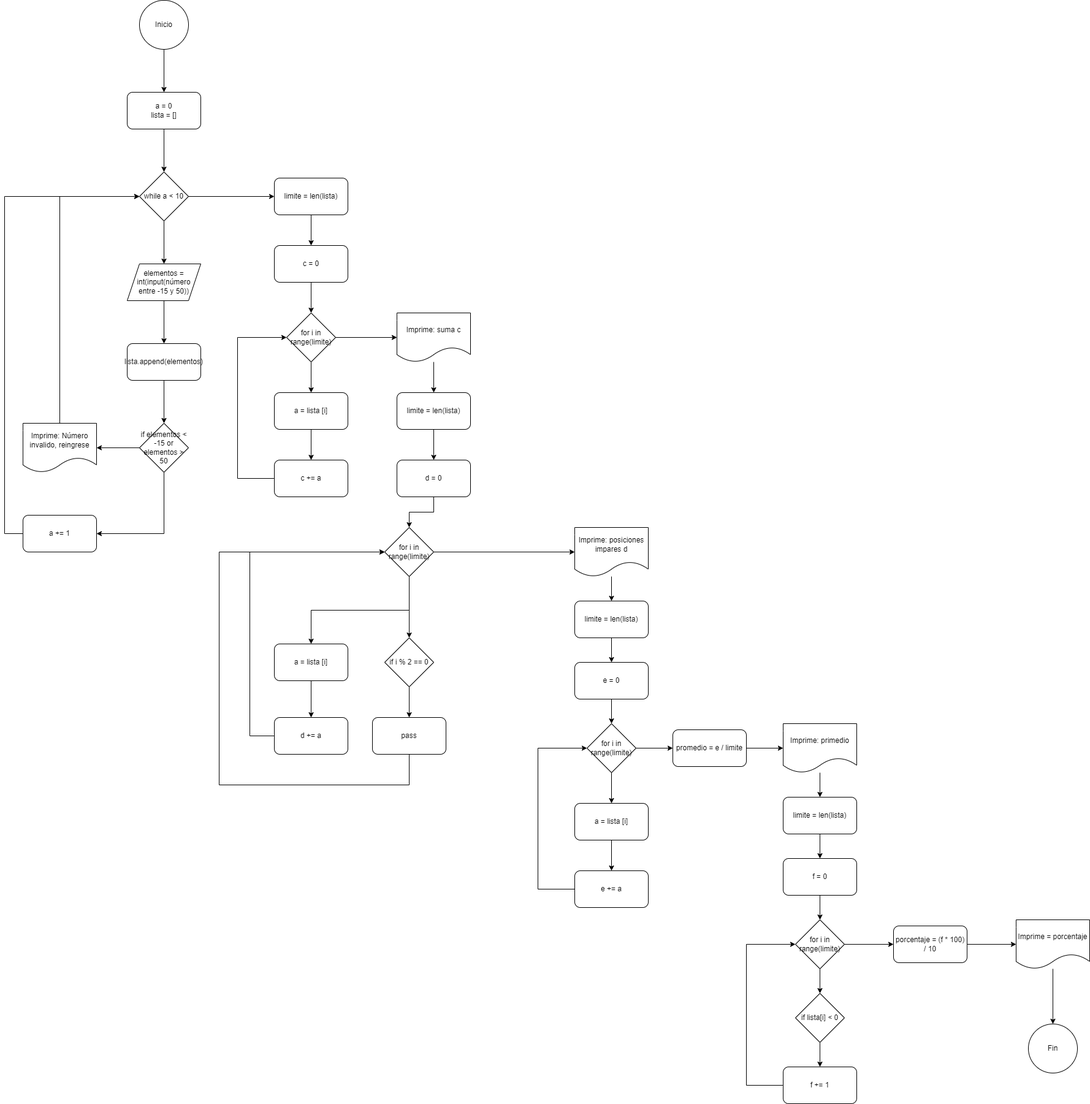
Before: Diagramas-Bis/DBis-3.png, a diagram exported from draw.io (FioroniT/TP8_Fioroni-Talavera-). Source tidied: cells renumbered, new cells last; positions are measured from the earlier drawing's top-left corner, leaving out a move shared by most shapes.
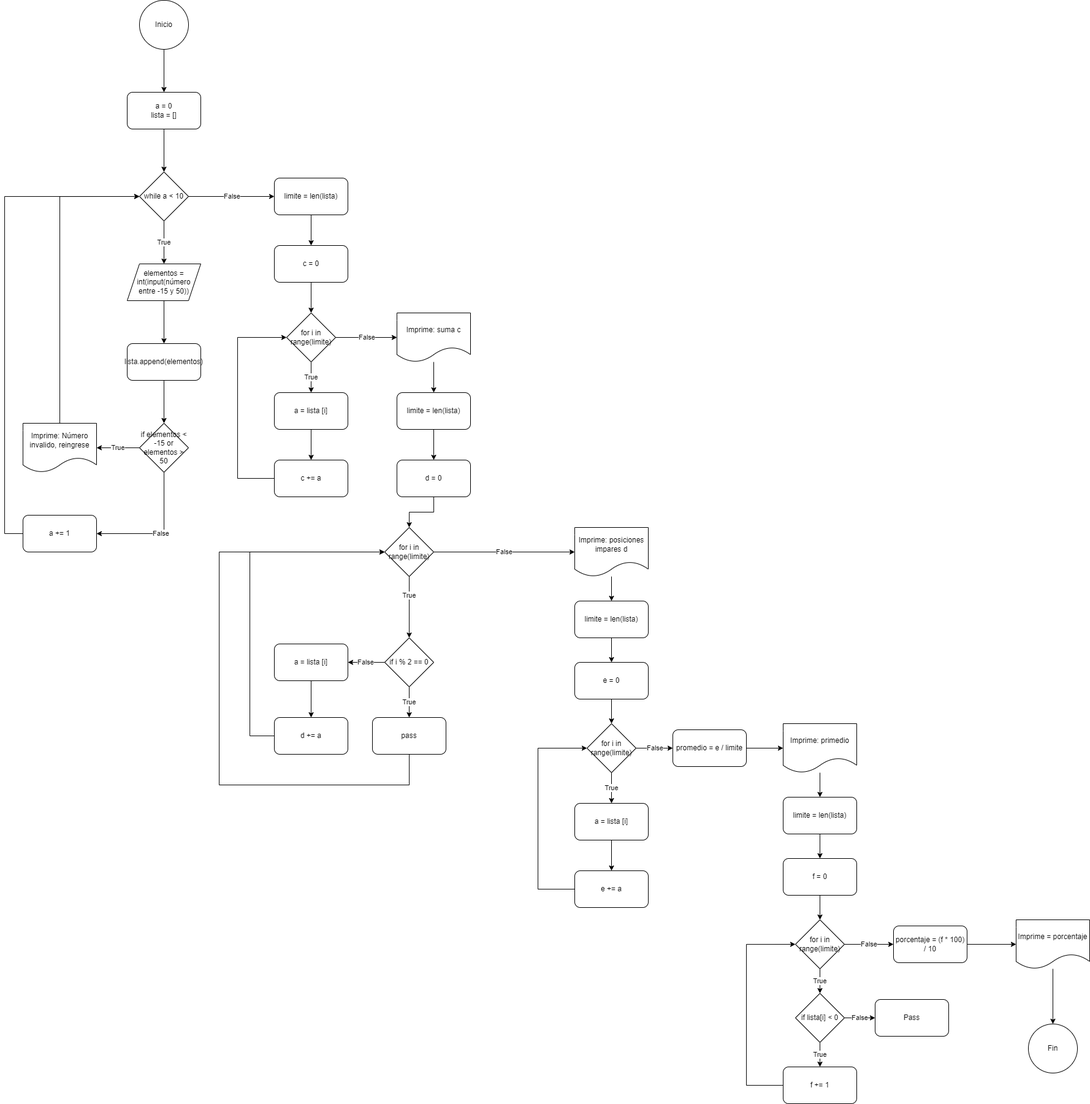
After the commit.

What changed in the source:
```diff
@@ -14,10 +14,10 @@
     <mxCell id="5" value="a = 0&lt;br&gt;lista = []" style="rounded=1;whiteSpace=wrap;html=1;fontColor=#000000;" parent="1" vertex="1">
       <mxGeometry x="200" y="150" width="120" height="60" as="geometry" />
     </mxCell>
-    <mxCell id="6" style="edgeStyle=orthogonalEdgeStyle;rounded=0;jettySize=auto;html=1;entryX=0.5;entryY=0;entryDx=0;entryDy=0;fontColor=#000000;" parent="1" edge="1" source="8" target="10">
+    <mxCell id="6" value="True" style="edgeStyle=orthogonalEdgeStyle;rounded=0;jettySize=auto;html=1;entryX=0.5;entryY=0;entryDx=0;entryDy=0;fontColor=#000000;" parent="1" edge="1" source="8" target="10">
       <mxGeometry relative="1" as="geometry" />
     </mxCell>
-    <mxCell id="7" style="edgeStyle=orthogonalEdgeStyle;rounded=0;jettySize=auto;html=1;entryX=0;entryY=0.5;entryDx=0;entryDy=0;fontColor=#000000;" parent="1" edge="1" source="8" target="21">
+    <mxCell id="7" value="False" style="edgeStyle=orthogonalEdgeStyle;rounded=0;jettySize=auto;html=1;entryX=0;entryY=0.5;entryDx=0;entryDy=0;fontColor=#000000;" parent="1" edge="1" source="8" target="21">
       <mxGeometry relative="1" as="geometry" />
     </mxCell>
     <mxCell id="8" value="while a &amp;lt; 10" style="rhombus;whiteSpace=wrap;html=1;fontColor=#000000;" parent="1" vertex="1">
@@ -35,10 +35,10 @@
     <mxCell id="12" value="lista.append(elementos)" style="rounded=1;whiteSpace=wrap;html=1;fontColor=#000000;" parent="1" vertex="1">
       <mxGeometry x="200" y="560" width="120" height="60" as="geometry" />
     </mxCell>
-    <mxCell id="13" style="edgeStyle=orthogonalEdgeStyle;rounded=0;jettySize=auto;html=1;entryX=1;entryY=0.5;entryDx=0;entryDy=0;fontColor=#000000;" parent="1" edge="1" source="15" target="17">
+    <mxCell id="13" value="True" style="edgeStyle=orthogonalEdgeStyle;rounded=0;jettySize=auto;html=1;entryX=1;entryY=0.5;entryDx=0;entryDy=0;fontColor=#000000;" parent="1" edge="1" source="15" target="17">
       <mxGeometry relative="1" as="geometry" />
     </mxCell>
-    <mxCell id="14" style="edgeStyle=orthogonalEdgeStyle;rounded=0;jettySize=auto;html=1;entryX=1;entryY=0.5;entryDx=0;entryDy=0;fontColor=#000000;" parent="1" edge="1" source="15" target="19">
+    <mxCell id="14" value="False" style="edgeStyle=orthogonalEdgeStyle;rounded=0;jettySize=auto;html=1;entryX=1;entryY=0.5;entryDx=0;entryDy=0;fontColor=#000000;" parent="1" edge="1" source="15" target="19">
       <mxGeometry relative="1" as="geometry">
         <Array as="points">
           <mxPoint x="260" y="870" />
@@ -82,10 +82,10 @@
     <mxCell id="23" value="c = 0" style="rounded=1;whiteSpace=wrap;html=1;fontColor=#000000;" parent="1" vertex="1">
       <mxGeometry x="440" y="400" width="120" height="60" as="geometry" />
     </mxCell>
-    <mxCell id="24" style="edgeStyle=orthogonalEdgeStyle;rounded=0;jettySize=auto;html=1;entryX=0.5;entryY=0;entryDx=0;entryDy=0;fontColor=#000000;" parent="1" edge="1" source="26" target="28">
+    <mxCell id="24" value="True" style="edgeStyle=orthogonalEdgeStyle;rounded=0;jettySize=auto;html=1;entryX=0.5;entryY=0;entryDx=0;entryDy=0;fontColor=#000000;" parent="1" edge="1" source="26" target="28">
       <mxGeometry relative="1" as="geometry" />
     </mxCell>
-    <mxCell id="25" style="edgeStyle=orthogonalEdgeStyle;rounded=0;jettySize=auto;html=1;entryX=0;entryY=0.5;entryDx=0;entryDy=0;fontColor=#000000;" parent="1" edge="1" source="26" target="32">
+    <mxCell id="25" value="False" style="edgeStyle=orthogonalEdgeStyle;rounded=0;jettySize=auto;html=1;entryX=0;entryY=0.5;entryDx=0;entryDy=0;fontColor=#000000;" parent="1" edge="1" source="26" target="32">
       <mxGeometry relative="1" as="geometry" />
     </mxCell>
     <mxCell id="26" value="for i in range(limite)" style="rhombus;whiteSpace=wrap;html=1;fontColor=#000000;" parent="1" vertex="1">
@@ -126,25 +126,25 @@
     <mxCell id="36" value="d = 0" style="rounded=1;whiteSpace=wrap;html=1;fontColor=#000000;" parent="1" vertex="1">
       <mxGeometry x="640" y="750" width="120" height="60" as="geometry" />
     </mxCell>
-    <mxCell id="37" style="edgeStyle=orthogonalEdgeStyle;rounded=0;jettySize=auto;html=1;entryX=0.5;entryY=0;entryDx=0;entryDy=0;fontColor=#000000;exitX=0.5;exitY=1;exitDx=0;exitDy=0;" parent="1" edge="1" source="40" target="46">
-      <mxGeometry relative="1" as="geometry" />
-    </mxCell>
-    <mxCell id="38" style="edgeStyle=orthogonalEdgeStyle;rounded=0;jettySize=auto;html=1;entryX=0.5;entryY=0;entryDx=0;entryDy=0;fontColor=#000000;exitX=1;exitY=1;exitDx=0;exitDy=0;" parent="1" edge="1" source="40" target="42">
+    <mxCell id="38" value="True" style="edgeStyle=orthogonalEdgeStyle;rounded=0;jettySize=auto;html=1;entryX=0.5;entryY=0;entryDx=0;entryDy=0;fontColor=#000000;exitX=1;exitY=1;exitDx=0;exitDy=0;" parent="1" edge="1" source="40" target="42">
       <mxGeometry relative="1" as="geometry">
         <Array as="points">
           <mxPoint x="660" y="920" />
         </Array>
       </mxGeometry>
     </mxCell>
-    <mxCell id="39" style="edgeStyle=orthogonalEdgeStyle;rounded=0;jettySize=auto;html=1;entryX=0;entryY=0.5;entryDx=0;entryDy=0;fontColor=#000000;" parent="1" edge="1" source="40" target="50">
+    <mxCell id="39" value="False" style="edgeStyle=orthogonalEdgeStyle;rounded=0;jettySize=auto;html=1;entryX=0;entryY=0.5;entryDx=0;entryDy=0;fontColor=#000000;" parent="1" edge="1" source="40" target="50">
       <mxGeometry relative="1" as="geometry" />
     </mxCell>
     <mxCell id="40" value="for i in range(limite)" style="rhombus;whiteSpace=wrap;html=1;fontColor=#000000;" parent="1" vertex="1">
       <mxGeometry x="620" y="860" width="80" height="80" as="geometry" />
     </mxCell>
-    <mxCell id="41" style="edgeStyle=orthogonalEdgeStyle;rounded=0;jettySize=auto;html=1;entryX=0.5;entryY=0;entryDx=0;entryDy=0;fontColor=#000000;" parent="1" edge="1" source="42" target="44">
+    <mxCell id="41" value="True" style="edgeStyle=orthogonalEdgeStyle;rounded=0;jettySize=auto;html=1;entryX=0.5;entryY=0;entryDx=0;entryDy=0;fontColor=#000000;" parent="1" edge="1" source="42" target="44">
       <mxGeometry relative="1" as="geometry" />
     </mxCell>
+    <mxCell id="82" value="False" style="edgeStyle=orthogonalEdgeStyle;rounded=0;jettySize=auto;html=1;entryX=1;entryY=0.5;entryDx=0;entryDy=0;fontColor=#000000;" parent="1" edge="1" source="42" target="46">
+      <mxGeometry relative="1" as="geometry" />
+    </mxCell>
     <mxCell id="42" value="if i % 2 == 0" style="rhombus;whiteSpace=wrap;html=1;fontColor=#000000;" parent="1" vertex="1">
       <mxGeometry x="620" y="1040" width="80" height="80" as="geometry" />
     </mxCell>
@@ -195,10 +195,10 @@
     <mxCell id="54" value="e = 0" style="rounded=1;whiteSpace=wrap;html=1;fontColor=#000000;" parent="1" vertex="1">
       <mxGeometry x="930" y="1080" width="120" height="60" as="geometry" />
     </mxCell>
-    <mxCell id="55" style="edgeStyle=orthogonalEdgeStyle;rounded=0;jettySize=auto;html=1;entryX=0.5;entryY=0;entryDx=0;entryDy=0;fontColor=#000000;" parent="1" edge="1" source="57" target="59">
+    <mxCell id="55" value="True" style="edgeStyle=orthogonalEdgeStyle;rounded=0;jettySize=auto;html=1;entryX=0.5;entryY=0;entryDx=0;entryDy=0;fontColor=#000000;" parent="1" edge="1" source="57" target="59">
       <mxGeometry relative="1" as="geometry" />
     </mxCell>
-    <mxCell id="56" style="edgeStyle=orthogonalEdgeStyle;rounded=0;jettySize=auto;html=1;entryX=0;entryY=0.5;entryDx=0;entryDy=0;fontColor=#000000;" parent="1" edge="1" source="57" target="63">
+    <mxCell id="56" value="False" style="edgeStyle=orthogonalEdgeStyle;rounded=0;jettySize=auto;html=1;entryX=0;entryY=0.5;entryDx=0;entryDy=0;fontColor=#000000;" parent="1" edge="1" source="57" target="63">
       <mxGeometry relative="1" as="geometry" />
     </mxCell>
     <mxCell id="57" value="for i in range(limite)" style="rhombus;whiteSpace=wrap;html=1;fontColor=#000000;" parent="1" vertex="1">
@@ -245,18 +245,21 @@
     <mxCell id="69" value="f = 0" style="rounded=1;whiteSpace=wrap;html=1;fontColor=#000000;" parent="1" vertex="1">
       <mxGeometry x="1270" y="1400" width="120" height="60" as="geometry" />
     </mxCell>
-    <mxCell id="70" style="edgeStyle=orthogonalEdgeStyle;rounded=0;jettySize=auto;html=1;entryX=0.5;entryY=0;entryDx=0;entryDy=0;fontColor=#000000;" parent="1" edge="1" source="72" target="74">
+    <mxCell id="70" value="True" style="edgeStyle=orthogonalEdgeStyle;rounded=0;jettySize=auto;html=1;entryX=0.5;entryY=0;entryDx=0;entryDy=0;fontColor=#000000;" parent="1" edge="1" source="72" target="74">
       <mxGeometry relative="1" as="geometry" />
     </mxCell>
-    <mxCell id="71" style="edgeStyle=orthogonalEdgeStyle;rounded=0;jettySize=auto;html=1;entryX=0;entryY=0.5;entryDx=0;entryDy=0;fontColor=#000000;" parent="1" edge="1" source="72" target="78">
+    <mxCell id="71" value="False" style="edgeStyle=orthogonalEdgeStyle;rounded=0;jettySize=auto;html=1;entryX=0;entryY=0.5;entryDx=0;entryDy=0;fontColor=#000000;" parent="1" edge="1" source="72" target="78">
       <mxGeometry relative="1" as="geometry" />
     </mxCell>
     <mxCell id="72" value="for i in range(limite)" style="rhombus;whiteSpace=wrap;html=1;fontColor=#000000;" parent="1" vertex="1">
       <mxGeometry x="1290" y="1500" width="80" height="80" as="geometry" />
     </mxCell>
-    <mxCell id="73" style="edgeStyle=orthogonalEdgeStyle;rounded=0;jettySize=auto;html=1;entryX=0.5;entryY=0;entryDx=0;entryDy=0;fontColor=#000000;" parent="1" edge="1" source="74" target="76">
+    <mxCell id="73" value="True" style="edgeStyle=orthogonalEdgeStyle;rounded=0;jettySize=auto;html=1;entryX=0.5;entryY=0;entryDx=0;entryDy=0;fontColor=#000000;" parent="1" edge="1" source="74" target="76">
       <mxGeometry relative="1" as="geometry" />
     </mxCell>
+    <mxCell id="83" value="False" style="edgeStyle=orthogonalEdgeStyle;rounded=0;jettySize=auto;html=1;fontColor=#000000;" parent="1" edge="1" source="74" target="84">
+      <mxGeometry relative="1" as="geometry" />
+    </mxCell>
     <mxCell id="74" value="if lista[i] &lt; 0" style="rhombus;whiteSpace=wrap;html=1;fontColor=#000000;" parent="1" vertex="1">
       <mxGeometry x="1290" y="1620" width="80" height="80" as="geometry" />
     </mxCell>
@@ -286,5 +289,8 @@
     <mxCell id="81" value="Fin" style="ellipse;whiteSpace=wrap;html=1;fontColor=#000000;" parent="1" vertex="1">
       <mxGeometry x="1670" y="1670" width="80" height="80" as="geometry" />
     </mxCell>
+    <mxCell id="84" value="Pass" style="rounded=1;whiteSpace=wrap;html=1;fontColor=#000000;" parent="1" vertex="1">
+      <mxGeometry x="1420" y="1630" width="120" height="60" as="geometry" />
+    </mxCell>
   </root>
 </mxGraphModel>
```
